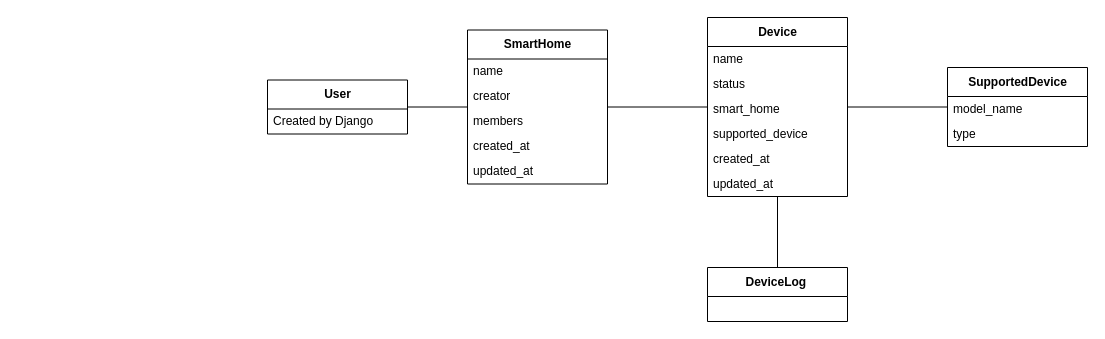
Above: Diagrams/classdiagrams.drawio in iamreallyacar/softwareengineeringsemester2 (draw.io), before the change. Source tidied: cells renumbered, new cells numbered last; positions are measured from the earlier drawing's top-left corner, leaving out a move shared by most shapes. Both pictures are drawn from the tidied source at 100%, with x=0, y=0 at pixel (267, 17).
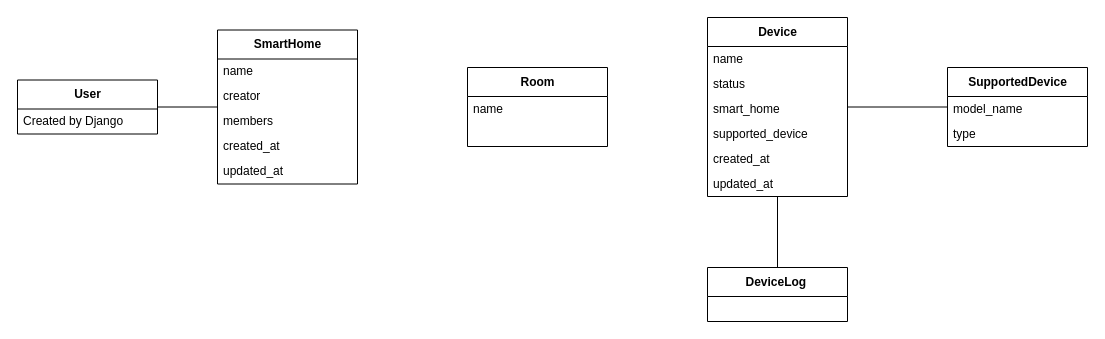
After the change.

Commit message:
pushy classy diagram

Unchanged cells that the change refers to:
```xml
<mxCell id="8" value="Device" style="swimlane;fontStyle=1;align=center;verticalAlign=middle;horizontal=1;startSize=29;html=1;" parent="1" vertex="1">
  <mxGeometry x="440" width="140" height="179" as="geometry" />
</mxCell>
```

Diff of the diagram source:
```diff
@@
     <mxCell id="2" value="SmartHome" style="swimlane;fontStyle=1;align=center;verticalAlign=middle;horizontal=1;startSize=29;html=1;" parent="1" vertex="1">
-      <mxGeometry x="200" y="12.5" width="140" height="154" as="geometry" />
+      <mxGeometry x="-50" y="12.5" width="140" height="154" as="geometry" />
     </mxCell>
@@
-    <mxCell id="15" style="endArrow=none;html=1;" parent="1" edge="1" source="2" target="8">
-      <mxGeometry relative="1" as="geometry" />
-    </mxCell>
@@
     <mxCell id="20" value="User" style="swimlane;fontStyle=1;align=center;verticalAlign=middle;horizontal=1;startSize=29;html=1;" parent="1" vertex="1">
-      <mxGeometry y="62.5" width="140" height="54" as="geometry" />
+      <mxGeometry x="-250" y="62.5" width="140" height="54" as="geometry" />
     </mxCell>
@@
+    <mxCell id="26" value="Room" style="swimlane;fontStyle=1;align=center;verticalAlign=middle;horizontal=1;startSize=29;html=1;" parent="1" vertex="1">
+      <mxGeometry x="200" y="50" width="140" height="79" as="geometry" />
+    </mxCell>
+    <mxCell id="27" value="name" style="text;html=1;strokeColor=none;fillColor=none;align=left;verticalAlign=middle;spacingLeft=4;spacingRight=4;overflow=hidden;" parent="26" vertex="1">
+      <mxGeometry y="29" width="140" height="25" as="geometry" />
+    </mxCell>
+    <mxCell id="28" style="text;html=1;strokeColor=none;fillColor=none;align=left;verticalAlign=middle;spacingLeft=4;spacingRight=4;overflow=hidden;" parent="26" vertex="1">
+      <mxGeometry y="54" width="140" height="25" as="geometry" />
+    </mxCell>
```
